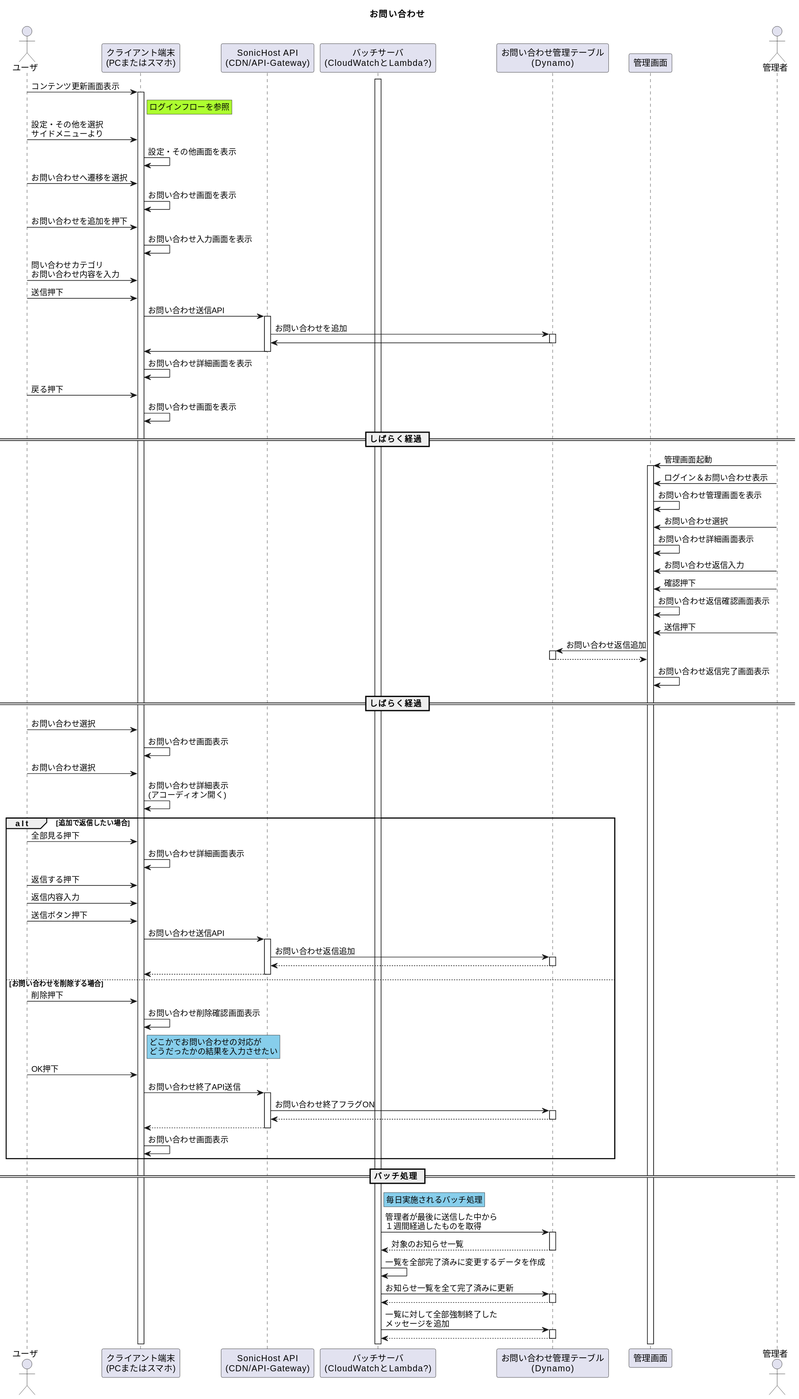
This is 01_Sequences/99_Others/02_Contact/contactFlow.svg from Sonic-Host/documents, a PlantUML export, as it was before one commit.
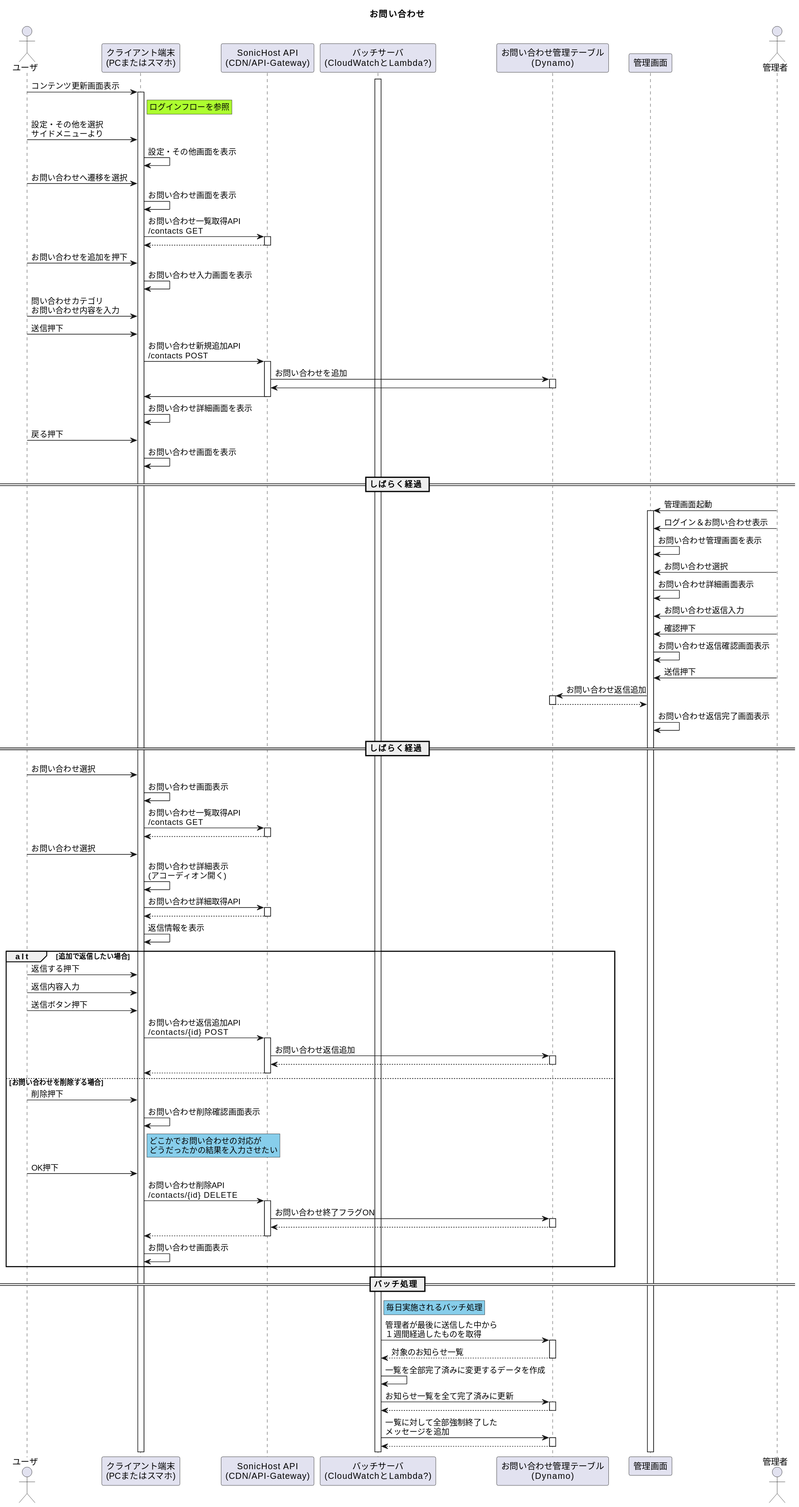
After the commit.

The edit, as a diff of the source:
```diff
@@ -19,11 +19,13 @@
 device -> device : 設定・その他画面を表示
 user -> device : お問い合わせへ遷移を選択
 device -> device : お問い合わせ画面を表示
+device -> api ++ : お問い合わせ一覧取得API \n/contacts GET
+device <-- api --
 user -> device : お問い合わせを追加を押下
 device -> device : お問い合わせ入力画面を表示
 user -> device : 問い合わせカテゴリ\nお問い合わせ内容を入力
 user -> device : 送信押下
-device -> api ++ : お問い合わせ送信API
+device -> api ++ : お問い合わせ新規追加API \n/contacts POST
 api -> dynamo ++ : お問い合わせを追加
 api <- dynamo --
 device <- api --
@@ -50,15 +52,18 @@
 
 user -> device : お問い合わせ選択
 device -> device : お問い合わせ画面表示
+device -> api ++ : お問い合わせ一覧取得API \n/contacts GET
+device <-- api --
 user -> device : お問い合わせ選択
 device -> device : お問い合わせ詳細表示\n(アコーディオン開く)
+device -> api ++ : お問い合わせ詳細取得API
+device <-- api --
+device -> device : 返信情報を表示
 alt 追加で返信したい場合
-    user -> device : 全部見る押下
-    device -> device : お問い合わせ詳細画面表示
     user -> device : 返信する押下
     user -> device : 返信内容入力
     user -> device : 送信ボタン押下
-    device -> api ++ : お問い合わせ送信API
+    device -> api ++ : お問い合わせ返信追加API \n/contacts/{id} POST
     api -> dynamo ++ : お問い合わせ返信追加
     api <-- dynamo --
     device <-- api --
@@ -70,7 +75,7 @@
         どうだったかの結果を入力させたい
     end note
     user -> device : OK押下
-    device -> api ++ : お問い合わせ終了API送信
+    device -> api ++ : お問い合わせ削除API \n/contacts/{id} DELETE
     api -> dynamo ++ : お問い合わせ終了フラグON
     api <-- dynamo --
     device <-- api --
```
